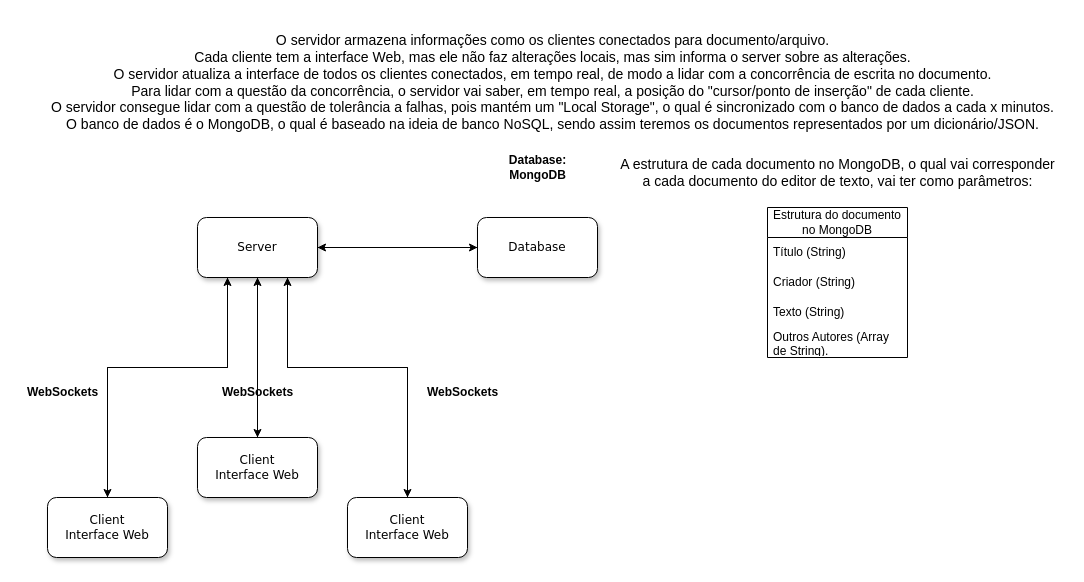
Before: TextSync.drawio in BrenoFariasdaSilva/TextSync, a draw.io diagram. Source tidied: cells renumbered, new cells numbered last; positions are measured from the earlier drawing's top-left corner, leaving out a move shared by most shapes. Both pictures are drawn from the tidied source at 100%, with x=0, y=0 at pixel (17, 27).
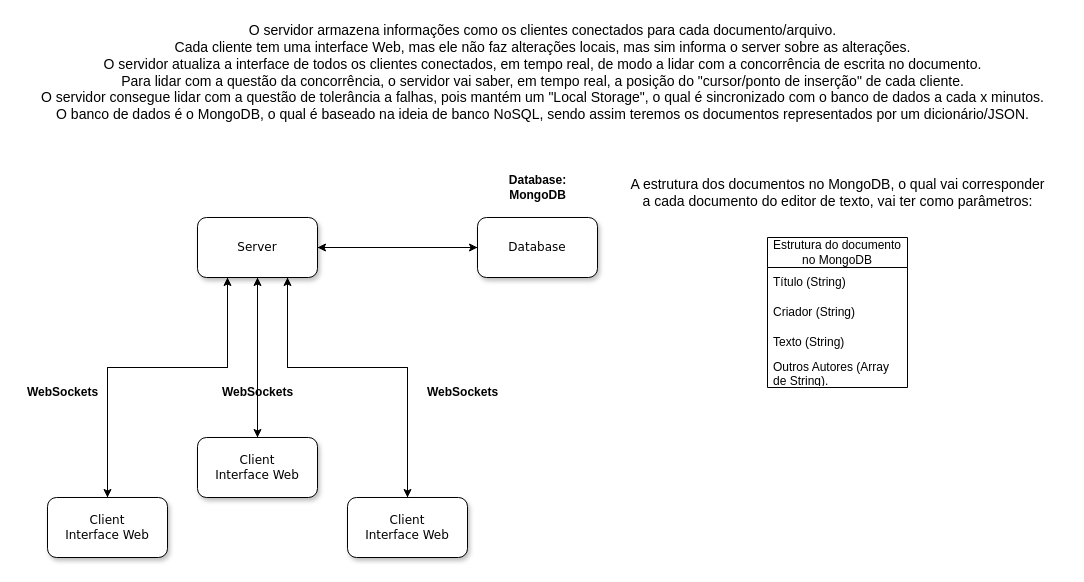
The same diagram, later.

Commit message:
Updating System Architecture

Change to the diagram source:
```diff
@@
     <mxCell id="15" value="&lt;div&gt;&lt;b&gt;Database:&lt;/b&gt;&lt;b&gt;&lt;br&gt;&lt;/b&gt;&lt;/div&gt;&lt;div&gt;&lt;b&gt;MongoDB&lt;/b&gt;&lt;/div&gt;" style="text;html=1;align=center;verticalAlign=middle;strokeColor=none;fillColor=none;" parent="1" vertex="1">
-      <mxGeometry x="480" y="120" width="80" height="40" as="geometry" />
+      <mxGeometry x="480" y="140" width="80" height="40" as="geometry" />
     </mxCell>
@@
-    <mxCell id="19" value="&lt;div style=&quot;font-size: 14px;&quot;&gt;&lt;font style=&quot;font-size: 14px;&quot;&gt;O servidor armazena informações como os clientes conectados para documento/arquivo.&lt;/font&gt;&lt;/div&gt;&lt;div style=&quot;font-size: 14px;&quot;&gt;&lt;font style=&quot;font-size: 14px;&quot;&gt;Cada cliente tem a interface Web, mas ele não faz alterações locais, mas sim informa o server sobre as alterações.&lt;font style=&quot;font-size: 14px;&quot;&gt;&lt;br&gt;&lt;/font&gt;&lt;/font&gt;&lt;/div&gt;&lt;div style=&quot;font-size: 14px;&quot;&gt;&lt;font style=&quot;font-size: 14px;&quot;&gt;&lt;font style=&quot;font-size: 14px;&quot;&gt;O servidor atualiza a interface de todos os clientes conectados, em tempo real, de modo a lidar com a concorrência de escrita no documento.&lt;br&gt;&lt;/font&gt;&lt;/font&gt; &lt;/div&gt;&lt;div style=&quot;font-size: 14px;&quot;&gt;&lt;font style=&quot;font-size: 14px;&quot;&gt;Para lidar com a questão da concorrência, o servidor vai saber, em tempo real, a posição do &quot;cursor/ponto de inserção&quot; de cada cliente.&lt;font style=&quot;font-size: 14px;&quot;&gt;&lt;br&gt;&lt;/font&gt;&lt;/font&gt;&lt;/div&gt;&lt;div style=&quot;font-size: 14px;&quot;&gt;O servidor consegue lidar com a questão de tolerância a falhas, pois mantém um &quot;Local Storage&quot;, o qual é sincronizado com o banco de dados a cada x minutos.&lt;/div&gt;&lt;div style=&quot;font-size: 14px;&quot;&gt;O banco de dados é o MongoDB, o qual é baseado na ideia de banco NoSQL, sendo assim teremos os documentos representados por um dicionário/JSON.&lt;br&gt;&lt;/div&gt;" style="text;html=1;align=center;verticalAlign=middle;strokeColor=none;fillColor=none;" parent="1" vertex="1">
-      <mxGeometry x="20" width="1030" height="110" as="geometry" />
+    <mxCell id="19" value="&lt;div style=&quot;font-size: 14px;&quot;&gt;&lt;font style=&quot;font-size: 14px;&quot;&gt;O servidor armazena informações como os clientes conectados para cada documento/arquivo.&lt;/font&gt;&lt;/div&gt;&lt;div style=&quot;font-size: 14px;&quot;&gt;&lt;font style=&quot;font-size: 14px;&quot;&gt;Cada cliente tem uma interface Web, mas ele não faz alterações locais, mas sim informa o server sobre as alterações.&lt;font style=&quot;font-size: 14px;&quot;&gt;&lt;br&gt;&lt;/font&gt;&lt;/font&gt;&lt;/div&gt;&lt;div style=&quot;font-size: 14px;&quot;&gt;&lt;font style=&quot;font-size: 14px;&quot;&gt;&lt;font style=&quot;font-size: 14px;&quot;&gt;O servidor atualiza a interface de todos os clientes conectados, em tempo real, de modo a lidar com a concorrência de escrita no documento.&lt;br&gt;&lt;/font&gt;&lt;/font&gt; &lt;/div&gt;&lt;div style=&quot;font-size: 14px;&quot;&gt;&lt;font style=&quot;font-size: 14px;&quot;&gt;Para lidar com a questão da concorrência, o servidor vai saber, em tempo real, a posição do &quot;cursor/ponto de inserção&quot; de cada cliente.&lt;font style=&quot;font-size: 14px;&quot;&gt;&lt;br&gt;&lt;/font&gt;&lt;/font&gt;&lt;/div&gt;&lt;div style=&quot;font-size: 14px;&quot;&gt;O servidor consegue lidar com a questão de tolerância a falhas, pois mantém um &quot;Local Storage&quot;, o qual é sincronizado com o banco de dados a cada x minutos.&lt;/div&gt;&lt;div style=&quot;font-size: 14px;&quot;&gt;O banco de dados é o MongoDB, o qual é baseado na ideia de banco NoSQL, sendo assim teremos os documentos representados por um dicionário/JSON.&lt;br&gt;&lt;/div&gt;" style="text;html=1;align=center;verticalAlign=middle;strokeColor=none;fillColor=none;" parent="1" vertex="1">
+      <mxGeometry x="10" y="-10" width="1030" height="110" as="geometry" />
     </mxCell>
     <mxCell id="20" value="Estrutura do documento no MongoDB" style="swimlane;fontStyle=0;horizontal=1;startSize=30;whiteSpace=wrap;html=1;" parent="1" vertex="1">
-      <mxGeometry x="750" y="180" width="140" height="150" as="geometry" />
+      <mxGeometry x="750" y="210" width="140" height="150" as="geometry" />
     </mxCell>
@@
-    <mxCell id="25" value="&lt;div style=&quot;font-size: 14px;&quot;&gt;&lt;font style=&quot;font-size: 14px;&quot;&gt;A estrutura de cada documento no MongoDB, o qual vai corresponder &lt;br&gt;&lt;/font&gt;&lt;/div&gt;&lt;div style=&quot;font-size: 14px;&quot;&gt;&lt;font style=&quot;font-size: 14px;&quot;&gt;a cada documento do editor de texto, vai ter como parâmetros: &lt;/font&gt;&lt;/div&gt;" style="text;html=1;align=center;verticalAlign=middle;strokeColor=none;fillColor=none;" parent="1" vertex="1">
-      <mxGeometry x="590" y="120" width="460" height="50" as="geometry" />
+    <mxCell id="25" value="&lt;div style=&quot;font-size: 14px;&quot;&gt;&lt;font style=&quot;font-size: 14px;&quot;&gt;A estrutura dos documentos no MongoDB, o qual vai corresponder &lt;br&gt;&lt;/font&gt;&lt;/div&gt;&lt;div style=&quot;font-size: 14px;&quot;&gt;&lt;font style=&quot;font-size: 14px;&quot;&gt;a cada documento do editor de texto, vai ter como parâmetros: &lt;/font&gt;&lt;/div&gt;" style="text;html=1;align=center;verticalAlign=middle;strokeColor=none;fillColor=none;" parent="1" vertex="1">
+      <mxGeometry x="600" y="140" width="440" height="50" as="geometry" />
     </mxCell>
```
